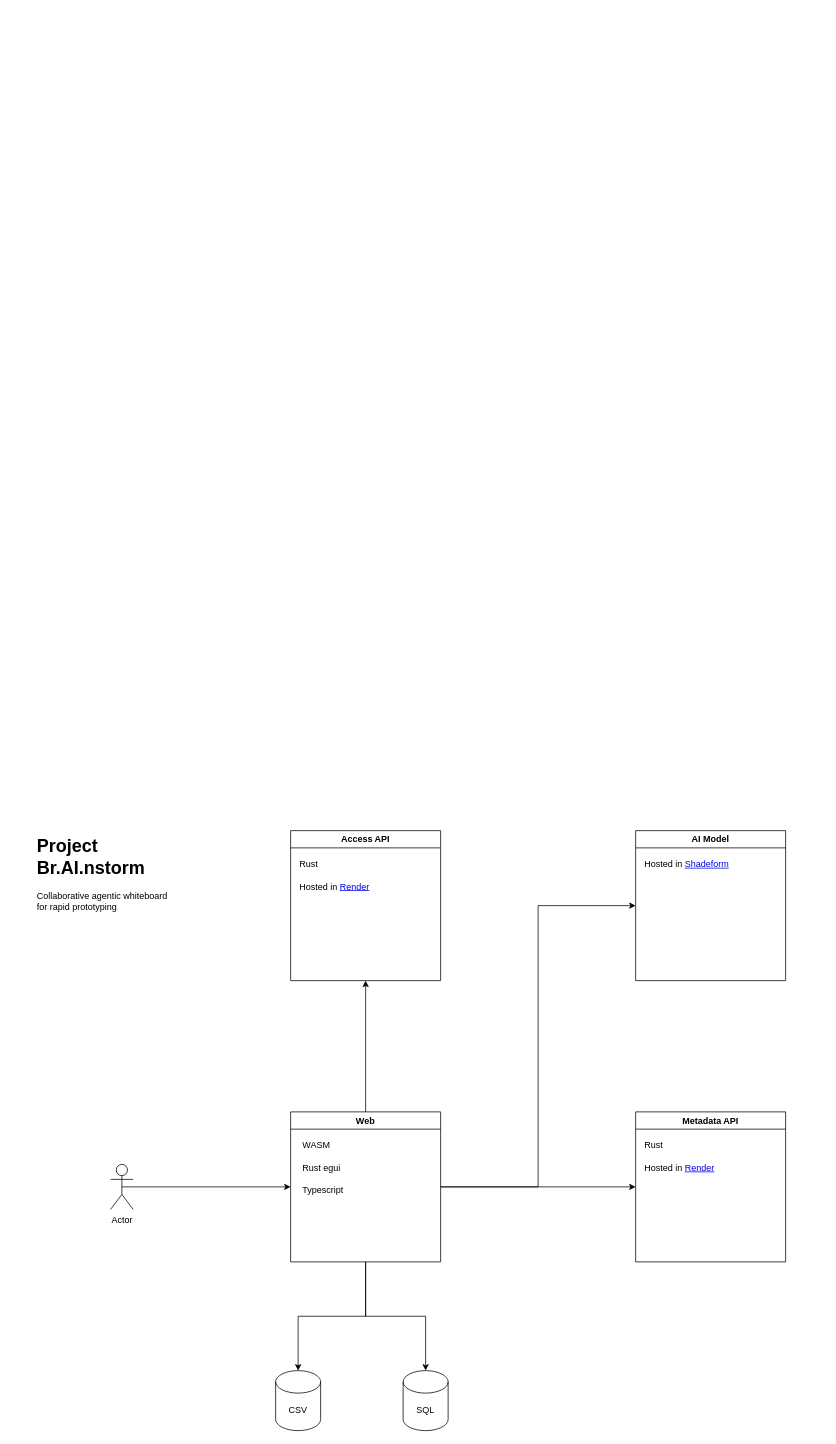
matyhs/agentic-data-browser-docs keeps this draw.io diagram as design.drawio. Above is the earlier version. Source tidied: cells renumbered, new cells numbered last; positions are measured from the earlier drawing's top-left corner, leaving out a move shared by most shapes. Both pictures are drawn from the tidied source at 75%, with x=0, y=0 at pixel (35, 830).
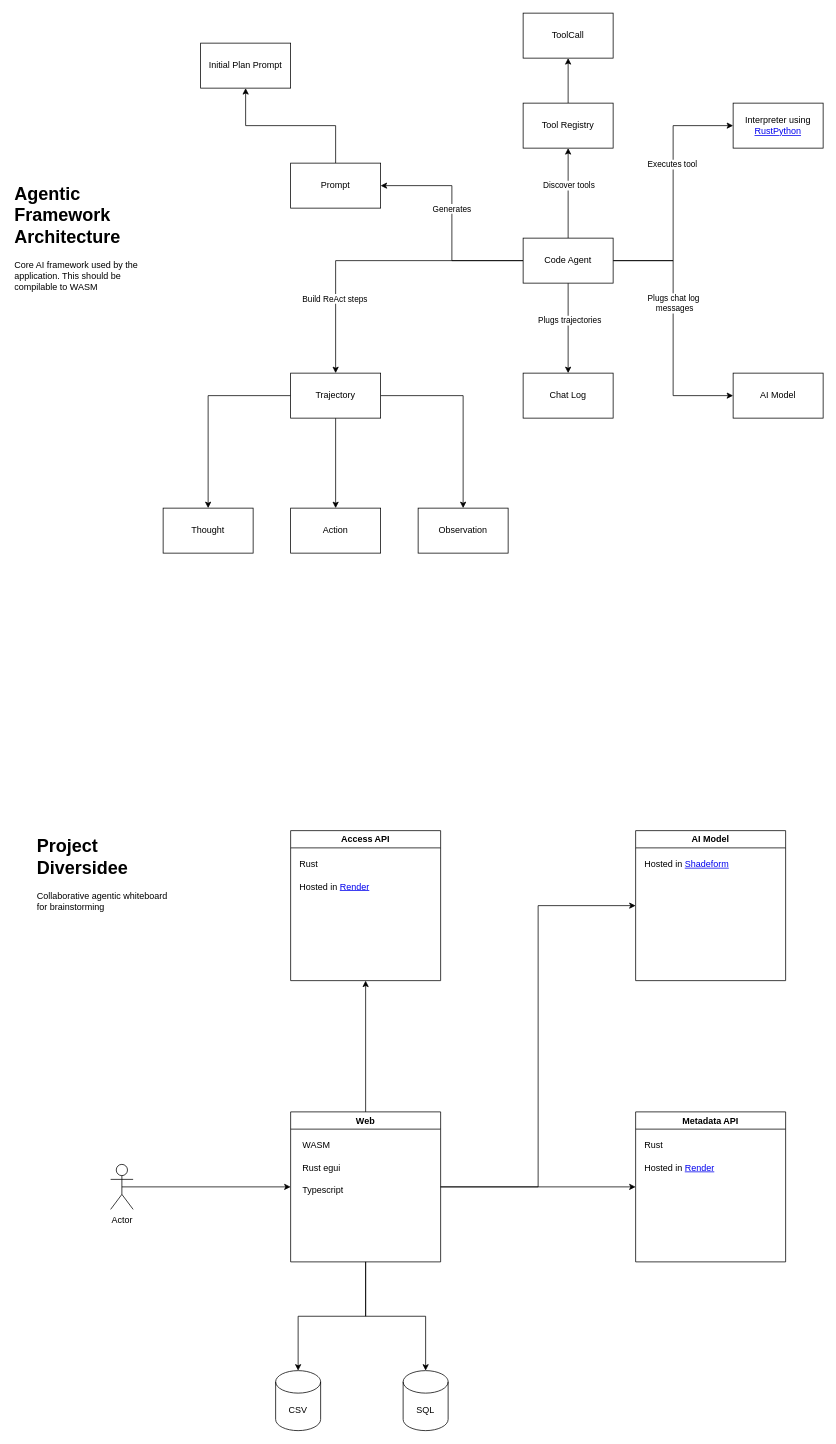
The same page after the edit.

The edit, as a diff of the source:
```diff
@@
-    <mxCell id="2" value="&lt;h1 style=&quot;margin-top: 0px;&quot;&gt;Project Br.AI.nstorm&lt;/h1&gt;&lt;div&gt;Collaborative agentic whiteboard for rapid prototyping&lt;/div&gt;" style="text;html=1;whiteSpace=wrap;overflow=hidden;rounded=0;" parent="1" vertex="1">
+    <mxCell id="2" value="&lt;h1 style=&quot;margin-top: 0px;&quot;&gt;Project Diversidee&lt;/h1&gt;&lt;div&gt;Collaborative agentic whiteboard for brainstorming&lt;/div&gt;" style="text;html=1;whiteSpace=wrap;overflow=hidden;rounded=0;" parent="1" vertex="1">
       <mxGeometry width="180" height="160" as="geometry" />
     </mxCell>
@@
+    <mxCell id="24" value="&lt;h1 style=&quot;margin-top: 0px;&quot;&gt;Agentic Framework Architecture&lt;/h1&gt;&lt;p&gt;Core AI framework used by the application. This should be compilable to WASM&lt;/p&gt;" style="text;html=1;whiteSpace=wrap;overflow=hidden;rounded=0;" parent="1" vertex="1">
+      <mxGeometry x="-30" y="-870" width="180" height="160" as="geometry" />
+    </mxCell>
+    <mxCell id="25" style="edgeStyle=orthogonalEdgeStyle;rounded=0;jettySize=auto;html=1;entryX=0.5;entryY=1;entryDx=0;entryDy=0;" parent="1" edge="1" source="26" target="49">
+      <mxGeometry relative="1" as="geometry" />
+    </mxCell>
+    <mxCell id="26" value="Prompt" style="rounded=0;whiteSpace=wrap;html=1;" parent="1" vertex="1">
+      <mxGeometry x="340" y="-890" width="120" height="60" as="geometry" />
+    </mxCell>
+    <mxCell id="27" style="edgeStyle=orthogonalEdgeStyle;rounded=0;jettySize=auto;html=1;entryX=0.5;entryY=0;entryDx=0;entryDy=0;" parent="1" edge="1" source="30" target="31">
+      <mxGeometry relative="1" as="geometry" />
+    </mxCell>
+    <mxCell id="28" style="edgeStyle=orthogonalEdgeStyle;rounded=0;jettySize=auto;html=1;entryX=0.5;entryY=0;entryDx=0;entryDy=0;" parent="1" edge="1" source="30" target="32">
+      <mxGeometry relative="1" as="geometry" />
+    </mxCell>
+    <mxCell id="29" style="edgeStyle=orthogonalEdgeStyle;rounded=0;jettySize=auto;html=1;" parent="1" edge="1" source="30" target="33">
+      <mxGeometry relative="1" as="geometry" />
+    </mxCell>
+    <mxCell id="30" value="Trajectory" style="rounded=0;whiteSpace=wrap;html=1;" parent="1" vertex="1">
+      <mxGeometry x="340" y="-610" width="120" height="60" as="geometry" />
+    </mxCell>
+    <mxCell id="31" value="Thought" style="rounded=0;whiteSpace=wrap;html=1;" parent="1" vertex="1">
+      <mxGeometry x="170" y="-430" width="120" height="60" as="geometry" />
+    </mxCell>
+    <mxCell id="32" value="Action" style="rounded=0;whiteSpace=wrap;html=1;" parent="1" vertex="1">
+      <mxGeometry x="340" y="-430" width="120" height="60" as="geometry" />
+    </mxCell>
+    <mxCell id="33" value="Observation" style="rounded=0;whiteSpace=wrap;html=1;" parent="1" vertex="1">
+      <mxGeometry x="510" y="-430" width="120" height="60" as="geometry" />
+    </mxCell>
+    <mxCell id="34" value="Chat Log" style="rounded=0;whiteSpace=wrap;html=1;" parent="1" vertex="1">
+      <mxGeometry x="650" y="-610" width="120" height="60" as="geometry" />
+    </mxCell>
+    <mxCell id="35" value="AI Model" style="rounded=0;whiteSpace=wrap;html=1;" parent="1" vertex="1">
+      <mxGeometry x="930" y="-610" width="120" height="60" as="geometry" />
+    </mxCell>
+    <mxCell id="36" style="edgeStyle=orthogonalEdgeStyle;rounded=0;jettySize=auto;html=1;entryX=0;entryY=0.5;entryDx=0;entryDy=0;" parent="1" edge="1" source="48" target="35">
+      <mxGeometry relative="1" as="geometry" />
+    </mxCell>
+    <mxCell id="37" value="Plugs chat log&amp;nbsp;&lt;div&gt;messages&lt;/div&gt;" style="edgeLabel;html=1;align=center;verticalAlign=middle;" parent="36" vertex="1">
+      <mxGeometry x="-0.2" y="1" relative="1" as="geometry" />
+    </mxCell>
+    <mxCell id="38" style="edgeStyle=orthogonalEdgeStyle;rounded=0;jettySize=auto;html=1;entryX=1;entryY=0.5;entryDx=0;entryDy=0;" parent="1" edge="1" source="48" target="26">
+      <mxGeometry relative="1" as="geometry" />
+    </mxCell>
+    <mxCell id="39" value="Generates" style="edgeLabel;html=1;align=center;verticalAlign=middle;" parent="38" vertex="1">
+      <mxGeometry x="0.14" y="1" relative="1" as="geometry" />
+    </mxCell>
+    <mxCell id="40" style="edgeStyle=orthogonalEdgeStyle;rounded=0;jettySize=auto;html=1;entryX=0.5;entryY=0;entryDx=0;entryDy=0;" parent="1" edge="1" source="48" target="30">
+      <mxGeometry relative="1" as="geometry" />
+    </mxCell>
+    <mxCell id="41" value="Build ReAct steps" style="edgeLabel;html=1;align=center;verticalAlign=middle;" parent="40" vertex="1">
+      <mxGeometry x="0.5" y="-2" relative="1" as="geometry" />
+    </mxCell>
+    <mxCell id="42" style="edgeStyle=orthogonalEdgeStyle;rounded=0;jettySize=auto;html=1;" parent="1" edge="1" source="48" target="34">
+      <mxGeometry relative="1" as="geometry" />
+    </mxCell>
+    <mxCell id="43" value="Plugs trajectories" style="edgeLabel;html=1;align=center;verticalAlign=middle;" parent="42" vertex="1">
+      <mxGeometry x="-0.19" y="1" relative="1" as="geometry" />
+    </mxCell>
+    <mxCell id="44" style="edgeStyle=orthogonalEdgeStyle;rounded=0;jettySize=auto;html=1;entryX=0.5;entryY=1;entryDx=0;entryDy=0;" parent="1" edge="1" source="48" target="51">
+      <mxGeometry relative="1" as="geometry" />
+    </mxCell>
+    <mxCell id="45" value="Discover tools" style="edgeLabel;html=1;align=center;verticalAlign=middle;" parent="44" vertex="1">
+      <mxGeometry x="0.19" relative="1" as="geometry" />
+    </mxCell>
+    <mxCell id="46" style="edgeStyle=orthogonalEdgeStyle;rounded=0;jettySize=auto;html=1;entryX=0;entryY=0.5;entryDx=0;entryDy=0;" parent="1" edge="1" source="48" target="53">
+      <mxGeometry relative="1" as="geometry" />
+    </mxCell>
+    <mxCell id="47" value="Executes tool" style="edgeLabel;html=1;align=center;verticalAlign=middle;" parent="46" vertex="1">
+      <mxGeometry x="0.23" y="2" relative="1" as="geometry" />
+    </mxCell>
+    <mxCell id="48" value="Code Agent" style="rounded=0;whiteSpace=wrap;html=1;" parent="1" vertex="1">
+      <mxGeometry x="650" y="-790" width="120" height="60" as="geometry" />
+    </mxCell>
+    <mxCell id="49" value="Initial Plan Prompt" style="rounded=0;whiteSpace=wrap;html=1;" parent="1" vertex="1">
+      <mxGeometry x="220" y="-1050" width="120" height="60" as="geometry" />
+    </mxCell>
+    <mxCell id="50" style="edgeStyle=orthogonalEdgeStyle;rounded=0;jettySize=auto;html=1;entryX=0.5;entryY=1;entryDx=0;entryDy=0;" parent="1" edge="1" source="51" target="52">
+      <mxGeometry relative="1" as="geometry" />
+    </mxCell>
+    <mxCell id="51" value="Tool Registry" style="rounded=0;whiteSpace=wrap;html=1;" parent="1" vertex="1">
+      <mxGeometry x="650" y="-970" width="120" height="60" as="geometry" />
+    </mxCell>
+    <mxCell id="52" value="ToolCall" style="rounded=0;whiteSpace=wrap;html=1;" parent="1" vertex="1">
+      <mxGeometry x="650" y="-1090" width="120" height="60" as="geometry" />
+    </mxCell>
+    <mxCell id="53" value="Interpreter using &lt;a href=&quot;https://github.com/RustPython/RustPython&quot;&gt;RustPython&lt;/a&gt;" style="rounded=0;whiteSpace=wrap;html=1;" parent="1" vertex="1">
+      <mxGeometry x="930" y="-970" width="120" height="60" as="geometry" />
+    </mxCell>
```
